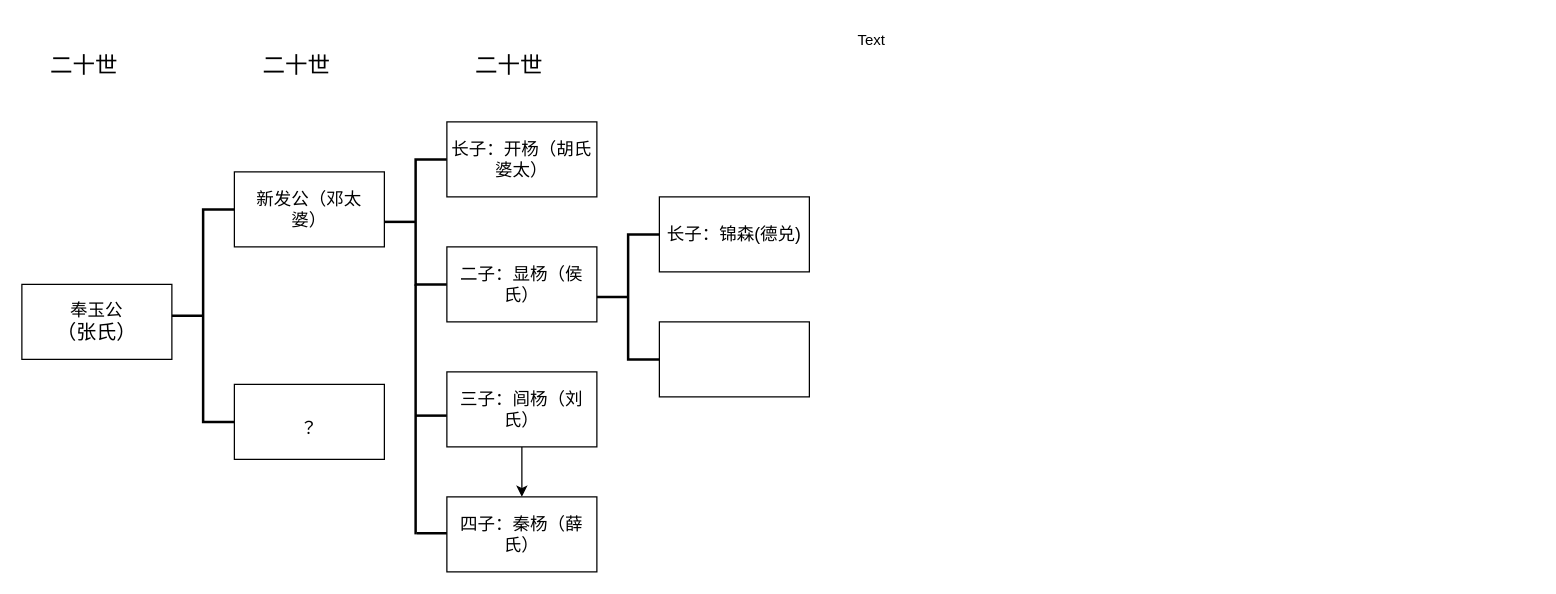
Earlier version of the draw.io diagram 未命名绘图.drawio (Htd369258/htd). Source tidied: cells renumbered, new cells numbered last; positions are measured from the earlier drawing's top-left corner, leaving out a move shared by most shapes. Both pictures are drawn from the tidied source at 125%, with x=0, y=0 at pixel (21, 21).
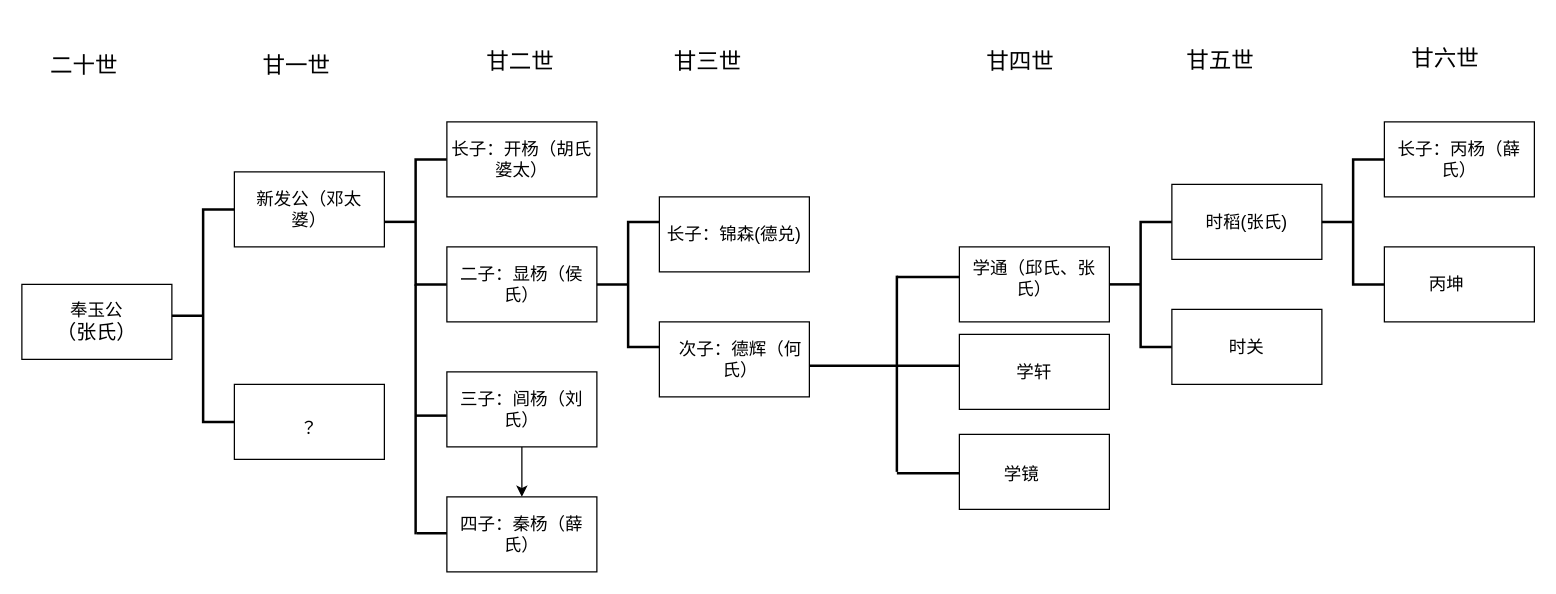
Above is the later version.

Commit message (it also covers changes not shown here):
更新未命名绘图.drawio

Diff of the diagram source:
```diff
@@
-    <mxCell id="12" value="&lt;font style=&quot;font-size: 18px;&quot;&gt;二十世&lt;/font&gt;" style="text;strokeColor=none;align=center;fillColor=none;html=1;verticalAlign=middle;whiteSpace=wrap;rounded=0;" parent="1" vertex="1">
+    <mxCell id="12" value="&lt;font style=&quot;font-size: 18px;&quot;&gt;甘一世&lt;/font&gt;" style="text;strokeColor=none;align=center;fillColor=none;html=1;verticalAlign=middle;whiteSpace=wrap;rounded=0;" parent="1" vertex="1">
       <mxGeometry x="190" y="20" width="60" height="30" as="geometry" />
     </mxCell>
-    <mxCell id="13" value="&lt;font style=&quot;font-size: 18px;&quot;&gt;二十世&lt;/font&gt;" style="text;strokeColor=none;align=center;fillColor=none;html=1;verticalAlign=middle;whiteSpace=wrap;rounded=0;" parent="1" vertex="1">
-      <mxGeometry x="360" y="20" width="60" height="30" as="geometry" />
-    </mxCell>
@@
     <mxCell id="24" style="strokeWidth=2;html=1;shape=mxgraph.flowchart.annotation_2;align=left;labelPosition=right;" parent="1" vertex="1">
-      <mxGeometry x="460" y="170" width="50" height="100" as="geometry" />
+      <mxGeometry x="460" y="160" width="50" height="100" as="geometry" />
     </mxCell>
@@
-    <mxCell id="28" value="Text" style="text;strokeColor=none;align=center;fillColor=none;html=1;verticalAlign=middle;whiteSpace=wrap;rounded=0;" parent="1" vertex="1">
-      <mxGeometry x="650" width="60" height="30" as="geometry" />
+    <mxCell id="28" value="&lt;font style=&quot;font-size: 14px;&quot;&gt;次子：德辉（何氏）&lt;/font&gt;" style="text;strokeColor=none;align=center;fillColor=none;html=1;verticalAlign=middle;whiteSpace=wrap;rounded=0;" parent="1" vertex="1">
+      <mxGeometry x="520" y="240" width="110" height="60" as="geometry" />
     </mxCell>
+    <mxCell id="29" style="line;strokeWidth=2;html=1;" parent="1" vertex="1">
+      <mxGeometry x="630" y="270" width="70" height="10" as="geometry" />
+    </mxCell>
+    <mxCell id="30" style="line;strokeWidth=2;direction=south;html=1;" parent="1" vertex="1">
+      <mxGeometry x="695" y="203" width="10" height="157" as="geometry" />
+    </mxCell>
+    <mxCell id="31" style="line;strokeWidth=2;html=1;" parent="1" vertex="1">
+      <mxGeometry x="700" y="199" width="50" height="10" as="geometry" />
+    </mxCell>
+    <mxCell id="32" style="line;strokeWidth=2;html=1;" parent="1" vertex="1">
+      <mxGeometry x="700" y="270" width="50" height="10" as="geometry" />
+    </mxCell>
+    <mxCell id="33" style="line;strokeWidth=2;html=1;" parent="1" vertex="1">
+      <mxGeometry x="700" y="356" width="50" height="10" as="geometry" />
+    </mxCell>
+    <mxCell id="34" style="rounded=0;whiteSpace=wrap;html=1;" parent="1" vertex="1">
+      <mxGeometry x="750" y="180" width="120" height="60" as="geometry" />
+    </mxCell>
+    <mxCell id="35" style="rounded=0;whiteSpace=wrap;html=1;" parent="1" vertex="1">
+      <mxGeometry x="750" y="250" width="120" height="60" as="geometry" />
+    </mxCell>
+    <mxCell id="36" style="rounded=0;whiteSpace=wrap;html=1;" parent="1" vertex="1">
+      <mxGeometry x="750" y="330" width="120" height="60" as="geometry" />
+    </mxCell>
+    <mxCell id="37" value="&lt;span style=&quot;font-size: 14px;&quot;&gt;学通（邱氏、张氏）&lt;/span&gt;" style="text;strokeColor=none;align=center;fillColor=none;html=1;verticalAlign=middle;whiteSpace=wrap;rounded=0;" parent="1" vertex="1">
+      <mxGeometry x="760" y="180" width="100" height="50" as="geometry" />
+    </mxCell>
+    <mxCell id="38" value="&lt;span style=&quot;font-size: 14px;&quot;&gt;学轩&lt;/span&gt;" style="text;strokeColor=none;align=center;fillColor=none;html=1;verticalAlign=middle;whiteSpace=wrap;rounded=0;" parent="1" vertex="1">
+      <mxGeometry x="760" y="250" width="100" height="60" as="geometry" />
+    </mxCell>
+    <mxCell id="39" value="&lt;span style=&quot;font-size: 14px;&quot;&gt;学镜&lt;/span&gt;" style="text;strokeColor=none;align=center;fillColor=none;html=1;verticalAlign=middle;whiteSpace=wrap;rounded=0;" parent="1" vertex="1">
+      <mxGeometry x="740" y="342" width="120" height="40" as="geometry" />
+    </mxCell>
+    <mxCell id="40" style="strokeWidth=2;html=1;shape=mxgraph.flowchart.annotation_2;align=left;labelPosition=right;" parent="1" vertex="1">
+      <mxGeometry x="870" y="160" width="50" height="100" as="geometry" />
+    </mxCell>
+    <mxCell id="41" style="rounded=0;whiteSpace=wrap;html=1;" parent="1" vertex="1">
+      <mxGeometry x="920" y="130" width="120" height="60" as="geometry" />
+    </mxCell>
+    <mxCell id="42" style="rounded=0;whiteSpace=wrap;html=1;" parent="1" vertex="1">
+      <mxGeometry x="920" y="230" width="120" height="60" as="geometry" />
+    </mxCell>
+    <mxCell id="43" value="&lt;span style=&quot;font-size: 14px;&quot;&gt;时稻(张氏)&lt;/span&gt;" style="text;strokeColor=none;align=center;fillColor=none;html=1;verticalAlign=middle;whiteSpace=wrap;rounded=0;" parent="1" vertex="1">
+      <mxGeometry x="930" y="130" width="100" height="60" as="geometry" />
+    </mxCell>
+    <mxCell id="44" value="&lt;span style=&quot;font-size: 14px;&quot;&gt;时关&lt;/span&gt;" style="text;strokeColor=none;align=center;fillColor=none;html=1;verticalAlign=middle;whiteSpace=wrap;rounded=0;" parent="1" vertex="1">
+      <mxGeometry x="930" y="230" width="100" height="60" as="geometry" />
+    </mxCell>
+    <mxCell id="45" style="strokeWidth=2;html=1;shape=mxgraph.flowchart.annotation_2;align=left;labelPosition=right;" parent="1" vertex="1">
+      <mxGeometry x="1040" y="110" width="50" height="100" as="geometry" />
+    </mxCell>
+    <mxCell id="46" style="rounded=0;whiteSpace=wrap;html=1;" parent="1" vertex="1">
+      <mxGeometry x="1090" y="80" width="120" height="60" as="geometry" />
+    </mxCell>
+    <mxCell id="47" style="rounded=0;whiteSpace=wrap;html=1;" parent="1" vertex="1">
+      <mxGeometry x="1090" y="180" width="120" height="60" as="geometry" />
+    </mxCell>
+    <mxCell id="48" value="&lt;span style=&quot;font-size: 14px;&quot;&gt;丙坤&lt;/span&gt;" style="text;strokeColor=none;align=center;fillColor=none;html=1;verticalAlign=middle;whiteSpace=wrap;rounded=0;" parent="1" vertex="1">
+      <mxGeometry x="1090" y="180" width="100" height="60" as="geometry" />
+    </mxCell>
+    <mxCell id="49" value="&lt;span style=&quot;font-size: 14px;&quot;&gt;长子：丙杨（薛氏）&lt;/span&gt;" style="text;strokeColor=none;align=center;fillColor=none;html=1;verticalAlign=middle;whiteSpace=wrap;rounded=0;" parent="1" vertex="1">
+      <mxGeometry x="1100" y="80" width="100" height="60" as="geometry" />
+    </mxCell>
+    <mxCell id="50" value="&lt;font style=&quot;font-size: 18px;&quot;&gt;甘二世&lt;/font&gt;" style="text;whiteSpace=wrap;html=1;" parent="1" vertex="1">
+      <mxGeometry x="370" y="15" width="70" height="50" as="geometry" />
+    </mxCell>
+    <mxCell id="51" value="&lt;font style=&quot;font-size: 18px;&quot;&gt;甘三世&lt;/font&gt;" style="text;whiteSpace=wrap;html=1;" parent="1" vertex="1">
+      <mxGeometry x="520" y="15" width="70" height="40" as="geometry" />
+    </mxCell>
+    <mxCell id="52" value="&lt;font style=&quot;font-size: 18px;&quot;&gt;甘四世&lt;/font&gt;" style="text;whiteSpace=wrap;html=1;" parent="1" vertex="1">
+      <mxGeometry x="770" y="15" width="70" height="40" as="geometry" />
+    </mxCell>
+    <mxCell id="53" value="&lt;font style=&quot;font-size: 18px;&quot;&gt;甘五世&lt;/font&gt;" style="text;whiteSpace=wrap;html=1;" parent="1" vertex="1">
+      <mxGeometry x="930" y="14" width="70" height="40" as="geometry" />
+    </mxCell>
+    <mxCell id="54" value="&lt;font style=&quot;font-size: 18px;&quot;&gt;甘六世&lt;/font&gt;" style="text;whiteSpace=wrap;html=1;" parent="1" vertex="1">
+      <mxGeometry x="1110" y="13" width="70" height="30" as="geometry" />
+    </mxCell>
```
